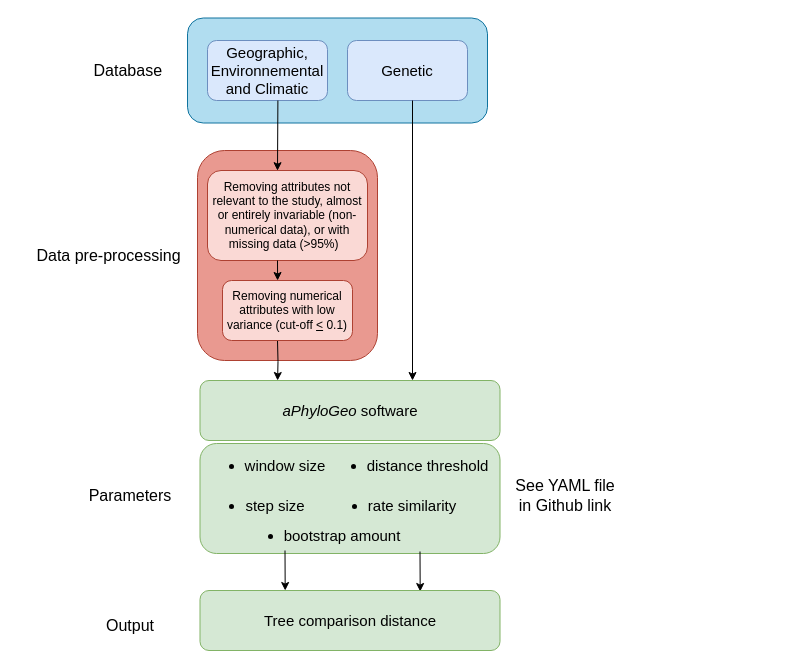
Above: papers/Gagnon_Kebe_Tahiri/diagram.drawio in scipy-conference/scipy_proceedings (draw.io), before the change. Source tidied: cells renumbered, new cells numbered last; positions are measured from the earlier drawing's top-left corner, leaving out a move shared by most shapes. Both pictures are drawn from the tidied source at 100%, with x=0, y=0 at pixel (17, 18). Pictures stored in the file or linked from it are replaced by grey dashed boxes.
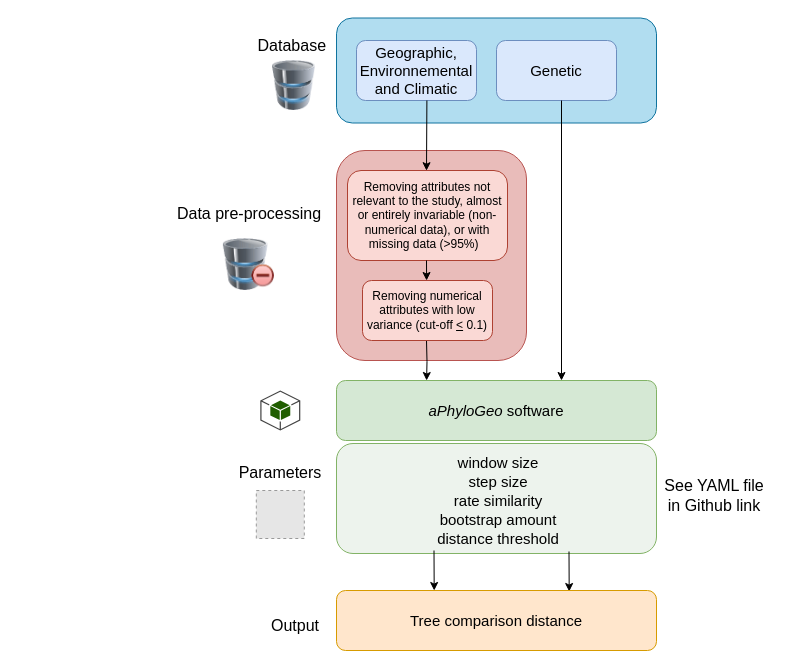
Above is the later version.

Change to the diagram source:
```diff
@@
-    <mxCell id="2" style="rounded=1;whiteSpace=wrap;html=1;fillColor=#e99990;strokeColor=#ae4132;gradientColor=none;" parent="1" vertex="1">
-      <mxGeometry x="180" y="132" width="180" height="210" as="geometry" />
+    <mxCell id="2" style="rounded=1;whiteSpace=wrap;html=1;fillColor=#e9bcba;strokeColor=#b85450;" parent="1" vertex="1">
+      <mxGeometry x="319" y="132" width="190" height="210" as="geometry" />
     </mxCell>
     <mxCell id="3" style="rounded=1;whiteSpace=wrap;html=1;fillColor=#b1ddf0;strokeColor=#10739e;" parent="1" vertex="1">
-      <mxGeometry x="170" y="-0.5" width="300" height="105" as="geometry" />
+      <mxGeometry x="319" y="-0.5" width="320" height="105" as="geometry" />
     </mxCell>
     <mxCell id="4" value="&lt;font style=&quot;font-size: 15px;&quot;&gt;Geographic, Environnemental and Climatic&lt;/font&gt;" style="rounded=1;whiteSpace=wrap;html=1;fillColor=#dae8fc;strokeColor=#6c8ebf;" parent="1" vertex="1">
-      <mxGeometry x="190" y="22" width="120" height="60" as="geometry" />
+      <mxGeometry x="339" y="22" width="120" height="60" as="geometry" />
     </mxCell>
     <mxCell id="5" value="&lt;font style=&quot;font-size: 15px;&quot;&gt;Genetic&lt;/font&gt;" style="rounded=1;whiteSpace=wrap;html=1;fillColor=#dae8fc;strokeColor=#6c8ebf;" parent="1" vertex="1">
-      <mxGeometry x="330" y="22" width="120" height="60" as="geometry" />
+      <mxGeometry x="479" y="22" width="120" height="60" as="geometry" />
     </mxCell>
     <mxCell id="6" value="Removing attributes not relevant to the study, almost or entirely invariable (non-numerical data), or with missing data (&amp;gt;95%)&amp;nbsp;&amp;nbsp;" style="rounded=1;whiteSpace=wrap;html=1;fillColor=#fad9d5;strokeColor=#ae4132;" parent="1" vertex="1">
-      <mxGeometry x="190" y="152" width="160" height="90" as="geometry" />
+      <mxGeometry x="330" y="152" width="160" height="90" as="geometry" />
     </mxCell>
     <mxCell id="7" style="edgeStyle=orthogonalEdgeStyle;rounded=0;orthogonalLoop=1;jettySize=auto;html=1;entryX=0.5;entryY=0;entryDx=0;entryDy=0;" parent="1" edge="1">
       <mxGeometry relative="1" as="geometry">
-        <mxPoint x="260" y="322" as="sourcePoint" />
-        <mxPoint x="260.1" y="362" as="targetPoint" />
+        <mxPoint x="409" y="322" as="sourcePoint" />
+        <mxPoint x="409.1" y="362" as="targetPoint" />
       </mxGeometry>
     </mxCell>
     <mxCell id="8" value="&lt;div style=&quot;&quot;&gt;&lt;span style=&quot;background-color: initial;&quot;&gt;Removing numerical attributes with low variance (cut-off &lt;u&gt;&amp;lt;&lt;/u&gt; 0.1)&lt;/span&gt;&lt;/div&gt;" style="rounded=1;whiteSpace=wrap;html=1;fillColor=#fad9d5;strokeColor=#ae4132;align=center;" parent="1" vertex="1">
-      <mxGeometry x="205" y="262" width="130" height="60" as="geometry" />
+      <mxGeometry x="345" y="262" width="130" height="60" as="geometry" />
     </mxCell>
     <mxCell id="9" style="endArrow=classic;html=1;rounded=0;entryX=0.5;entryY=0;entryDx=0;entryDy=0;exitX=0.67;exitY=0.997;exitDx=0;exitDy=0;exitPerimeter=0;" parent="1" edge="1">
       <mxGeometry relative="1" as="geometry">
-        <mxPoint x="260.4" y="82" as="sourcePoint" />
-        <mxPoint x="260" y="152.2" as="targetPoint" />
+        <mxPoint x="409.4" y="82" as="sourcePoint" />
+        <mxPoint x="409" y="152.2" as="targetPoint" />
       </mxGeometry>
     </mxCell>
     <mxCell id="10" style="endArrow=classic;html=1;rounded=0;exitX=0.5;exitY=1;exitDx=0;exitDy=0;" parent="1" edge="1">
       <mxGeometry relative="1" as="geometry">
-        <mxPoint x="260" y="242" as="sourcePoint" />
-        <mxPoint x="260.1" y="262" as="targetPoint" />
+        <mxPoint x="409" y="242" as="sourcePoint" />
+        <mxPoint x="409.1" y="262" as="targetPoint" />
       </mxGeometry>
     </mxCell>
     <mxCell id="11" value="&lt;font style=&quot;font-size: 15px;&quot;&gt;&lt;i&gt;aPhyloGeo&lt;/i&gt; software&lt;/font&gt;" style="rounded=1;whiteSpace=wrap;html=1;fillColor=#d5e8d4;strokeColor=#82b366;" parent="1" vertex="1">
-      <mxGeometry x="182.5" y="362" width="300" height="60" as="geometry" />
+      <mxGeometry x="319" y="362" width="320" height="60" as="geometry" />
     </mxCell>
     <mxCell id="12" style="endArrow=classic;html=1;rounded=0;entryX=0.75;entryY=0;entryDx=0;entryDy=0;exitX=0.625;exitY=1;exitDx=0;exitDy=0;exitPerimeter=0;" parent="1" edge="1">
       <mxGeometry relative="1" as="geometry">
-        <mxPoint x="395" y="82" as="sourcePoint" />
-        <mxPoint x="395" y="362" as="targetPoint" />
+        <mxPoint x="544" y="82" as="sourcePoint" />
+        <mxPoint x="544" y="362" as="targetPoint" />
       </mxGeometry>
     </mxCell>
-    <mxCell id="13" value="&lt;div style=&quot;margin-top: 0px; margin-bottom: 0px; padding-left: 0px; padding-right: 0px;&quot;&gt;&lt;br&gt;&lt;/div&gt;" style="rounded=1;whiteSpace=wrap;html=1;align=center;fillColor=#d5e8d4;strokeColor=#82b366;" parent="1" vertex="1">
-      <mxGeometry x="182.5" y="425" width="300" height="110" as="geometry" />
+    <mxCell id="13" value="&lt;div style=&quot;margin-top: 0px; margin-bottom: 0px; padding-left: 0px; padding-right: 0px;&quot;&gt;&lt;br&gt;&lt;/div&gt;" style="rounded=1;whiteSpace=wrap;html=1;align=center;fillColor=#edf3ed;strokeColor=#82b366;" parent="1" vertex="1">
+      <mxGeometry x="319" y="425" width="320" height="110" as="geometry" />
     </mxCell>
-    <mxCell id="14" value="&lt;ul&gt;&lt;li&gt;&lt;font style=&quot;font-size: 15px;&quot;&gt;window size&lt;/font&gt;&lt;/li&gt;&lt;/ul&gt;" style="text;html=1;align=center;verticalAlign=middle;whiteSpace=wrap;rounded=0;fontSize=16;" parent="1" vertex="1">
-      <mxGeometry x="182.5" y="432" width="130" height="30" as="geometry" />
+    <mxCell id="14" value="&lt;span style=&quot;font-size: 15px; background-color: initial;&quot;&gt;window size&lt;br&gt;&lt;/span&gt;&lt;span style=&quot;font-size: 15px; background-color: initial;&quot;&gt;step size&lt;br&gt;&lt;/span&gt;&lt;span style=&quot;font-size: 15px; background-color: initial;&quot;&gt;rate similarity&lt;/span&gt;&lt;br&gt;&lt;span style=&quot;font-size: 15px; background-color: initial;&quot;&gt;bootstrap amount&lt;/span&gt;&lt;br&gt;&lt;span style=&quot;font-size: 15px; background-color: initial;&quot;&gt;distance threshold&lt;/span&gt;" style="text;html=1;align=center;verticalAlign=middle;whiteSpace=wrap;rounded=0;fontSize=16;" parent="1" vertex="1">
+      <mxGeometry x="331.5" y="432" width="297.5" height="100" as="geometry" />
     </mxCell>
-    <mxCell id="15" value="&lt;ul&gt;&lt;li&gt;&lt;font style=&quot;font-size: 15px;&quot;&gt;step size&lt;/font&gt;&lt;/li&gt;&lt;/ul&gt;" style="text;html=1;align=center;verticalAlign=middle;whiteSpace=wrap;rounded=0;fontSize=16;" parent="1" vertex="1">
-      <mxGeometry x="182.5" y="472" width="110" height="30" as="geometry" />
-    </mxCell>
-    <mxCell id="16" value="&lt;ul&gt;&lt;li&gt;&lt;font style=&quot;font-size: 15px;&quot;&gt;distance threshold&lt;/font&gt;&lt;/li&gt;&lt;/ul&gt;" style="text;html=1;align=center;verticalAlign=middle;whiteSpace=wrap;rounded=0;fontSize=16;" parent="1" vertex="1">
-      <mxGeometry x="303.8" y="432" width="172.5" height="30" as="geometry" />
-    </mxCell>
-    <mxCell id="17" value="&lt;ul&gt;&lt;li&gt;&lt;font style=&quot;font-size: 15px;&quot;&gt;rate similarity&lt;/font&gt;&lt;/li&gt;&lt;/ul&gt;" style="text;html=1;align=center;verticalAlign=middle;whiteSpace=wrap;rounded=0;fontSize=16;" parent="1" vertex="1">
-      <mxGeometry x="300" y="472" width="150" height="30" as="geometry" />
-    </mxCell>
-    <mxCell id="18" value="&lt;ul&gt;&lt;li&gt;&lt;font style=&quot;font-size: 15px;&quot;&gt;bootstrap amount&lt;/font&gt;&lt;/li&gt;&lt;/ul&gt;" style="text;html=1;align=center;verticalAlign=middle;whiteSpace=wrap;rounded=0;fontSize=16;" parent="1" vertex="1">
-      <mxGeometry x="200" y="502" width="210" height="30" as="geometry" />
-    </mxCell>
     <mxCell id="19" style="endArrow=classic;html=1;rounded=0;entryX=0.32;entryY=-0.031;entryDx=0;entryDy=0;entryPerimeter=0;exitX=0.5;exitY=1;exitDx=0;exitDy=0;" parent="1" edge="1">
       <mxGeometry relative="1" as="geometry">
-        <mxPoint x="267.5" y="532" as="sourcePoint" />
-        <mxPoint x="267.7" y="572" as="targetPoint" />
+        <mxPoint x="416.5" y="532" as="sourcePoint" />
+        <mxPoint x="416.7" y="572" as="targetPoint" />
       </mxGeometry>
     </mxCell>
     <mxCell id="20" style="endArrow=classic;html=1;rounded=0;entryX=0.32;entryY=-0.031;entryDx=0;entryDy=0;entryPerimeter=0;exitX=0.5;exitY=1;exitDx=0;exitDy=0;" parent="1" edge="1">
       <mxGeometry relative="1" as="geometry">
-        <mxPoint x="402.5" y="533" as="sourcePoint" />
-        <mxPoint x="402.7" y="573" as="targetPoint" />
+        <mxPoint x="551.5" y="533" as="sourcePoint" />
+        <mxPoint x="551.7" y="573" as="targetPoint" />
       </mxGeometry>
     </mxCell>
-    <mxCell id="21" value="&lt;font style=&quot;font-size: 15px;&quot;&gt;Tree comparison distance&lt;/font&gt;" style="rounded=1;whiteSpace=wrap;html=1;fillColor=#d5e8d4;strokeColor=#82b366;" parent="1" vertex="1">
-      <mxGeometry x="182.5" y="572" width="300" height="60" as="geometry" />
+    <mxCell id="21" value="&lt;font style=&quot;font-size: 15px;&quot;&gt;Tree comparison distance&lt;/font&gt;" style="rounded=1;whiteSpace=wrap;html=1;fillColor=#ffe6cc;strokeColor=#d79b00;" parent="1" vertex="1">
+      <mxGeometry x="319" y="572" width="320" height="60" as="geometry" />
     </mxCell>
     <mxCell id="22" value="Database&amp;nbsp;" style="text;html=1;align=center;verticalAlign=middle;whiteSpace=wrap;rounded=0;fontSize=16;" parent="1" vertex="1">
-      <mxGeometry x="82.5" y="37" width="60" height="30" as="geometry" />
+      <mxGeometry x="246.5" y="12" width="60" height="30" as="geometry" />
     </mxCell>
     <mxCell id="23" value="Data pre-processing" style="text;html=1;align=center;verticalAlign=middle;whiteSpace=wrap;rounded=0;fontSize=16;" parent="1" vertex="1">
-      <mxGeometry y="212" width="182.5" height="50" as="geometry" />
+      <mxGeometry x="156.5" y="170" width="150" height="50" as="geometry" />
     </mxCell>
     <mxCell id="24" value="Output" style="text;html=1;align=center;verticalAlign=middle;whiteSpace=wrap;rounded=0;fontSize=16;" parent="1" vertex="1">
-      <mxGeometry x="62.5" y="582" width="100" height="50" as="geometry" />
+      <mxGeometry x="249" y="582" width="57.5" height="50" as="geometry" />
     </mxCell>
     <mxCell id="25" value="Parameters" style="text;html=1;align=center;verticalAlign=middle;whiteSpace=wrap;rounded=0;fontSize=16;" parent="1" vertex="1">
-      <mxGeometry x="57.5" y="452" width="110" height="50" as="geometry" />
+      <mxGeometry x="219" y="429" width="87.5" height="50" as="geometry" />
     </mxCell>
     <mxCell id="26" value="See YAML file in Github link" style="text;html=1;align=center;verticalAlign=middle;whiteSpace=wrap;rounded=0;fontSize=16;" parent="1" vertex="1">
-      <mxGeometry x="492.5" y="452" width="110" height="50" as="geometry" />
+      <mxGeometry x="641.5" y="452" width="110" height="50" as="geometry" />
     </mxCell>
+    <mxCell id="27" style="image;html=1;image=img/lib/clip_art/computers/Database_Minus_128x128.png;" parent="1" vertex="1">
+      <mxGeometry x="202.2" y="220" width="58.5" height="52" as="geometry" />
+    </mxCell>
+    <mxCell id="28" style="image;html=1;image=img/lib/clip_art/computers/Database_128x128.png;" parent="1" vertex="1">
+      <mxGeometry x="249.8" y="42" width="53.5" height="50" as="geometry" />
+    </mxCell>
+    <mxCell id="29" style="dashed=0;verticalLabelPosition=bottom;verticalAlign=top;align=center;html=1;shape=mxgraph.aws3.android;fillColor=#205E00;gradientColor=none;" parent="1" vertex="1">
+      <mxGeometry x="242.8" y="372" width="40" height="40" as="geometry" />
+    </mxCell>
+    <mxCell id="30" style="fillColor=#E6E6E6;strokeColor=#999999;dashed=1;html=1;verticalAlign=top;verticalLabelPosition=bottom;labelBackgroundColor=#ffffff;" parent="1" vertex="1">
+      <mxGeometry x="238.8" y="472" width="48" height="48" as="geometry" />
+    </mxCell>
```
